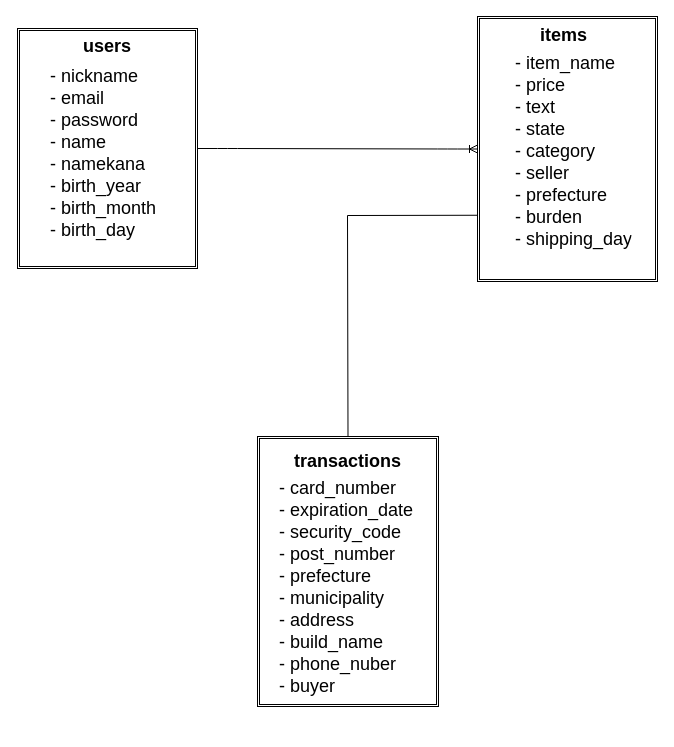
Before: furima.dio in aseat/furima-31536, a draw.io diagram. Source tidied: cells renumbered, new cells numbered last; positions are measured from the earlier drawing's top-left corner, leaving out a move shared by most shapes. Both pictures are drawn from the tidied source at 100%, with x=0, y=0 at pixel (17, 16).
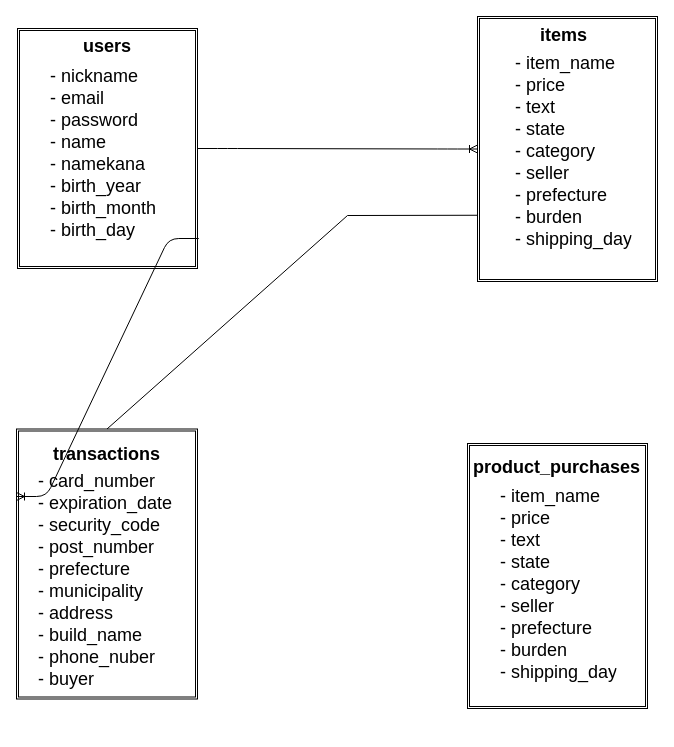
Above is the later version.

What changed in the source:
```diff
@@
 <mxGraphModel>
   <root>
     <mxCell id="0" />
     <mxCell id="1" parent="0" />
     <mxCell id="2" style="shape=ext;double=1;rounded=0;whiteSpace=wrap;html=1;" parent="1" vertex="1">
       <mxGeometry y="12" width="180" height="240" as="geometry" />
     </mxCell>
     <mxCell id="3" style="shape=ext;double=1;rounded=0;whiteSpace=wrap;html=1;" parent="1" vertex="1">
       <mxGeometry x="460" width="180" height="265" as="geometry" />
     </mxCell>
     <mxCell id="4" style="shape=ext;double=1;rounded=0;whiteSpace=wrap;html=1;" parent="1" vertex="1">
-      <mxGeometry x="240" y="420" width="181" height="270" as="geometry" />
+      <mxGeometry x="-1" y="412.5" width="181" height="270" as="geometry" />
     </mxCell>
     <mxCell id="5" value="users" style="text;strokeColor=none;fillColor=none;align=left;verticalAlign=top;spacingLeft=4;spacingRight=4;overflow=hidden;fontSize=18;fontStyle=1;" parent="1" vertex="1">
       <mxGeometry x="60" y="12" width="60" height="26" as="geometry" />
     </mxCell>
     <mxCell id="6" value="- nickname&#10;- email&#10;- password&#10;- name&#10;- namekana &#10;- birth_year&#10;- birth_month&#10;- birth_day" style="text;strokeColor=none;fillColor=none;align=left;verticalAlign=top;spacingLeft=4;spacingRight=4;overflow=hidden;fontSize=18;" parent="1" vertex="1">
       <mxGeometry x="27" y="42" width="126" height="190" as="geometry" />
     </mxCell>
     <mxCell id="7" value="- item_name&#10;- price&#10;- text&#10;- state&#10;- category &#10;- seller&#10;- prefecture&#10;- burden&#10;- shipping_day" style="text;strokeColor=none;fillColor=none;align=left;verticalAlign=top;spacingLeft=4;spacingRight=4;overflow=hidden;fontSize=18;" parent="1" vertex="1">
       <mxGeometry x="492" y="29" width="126" height="206" as="geometry" />
     </mxCell>
     <mxCell id="8" value="items" style="text;strokeColor=none;fillColor=none;align=left;verticalAlign=top;spacingLeft=4;spacingRight=4;overflow=hidden;fontSize=18;fontStyle=1;" parent="1" vertex="1">
       <mxGeometry x="517" y="1" width="60" height="26" as="geometry" />
     </mxCell>
     <mxCell id="9" value="transactions" style="text;strokeColor=none;fillColor=none;align=left;verticalAlign=top;spacingLeft=4;spacingRight=4;overflow=hidden;fontSize=18;fontStyle=1;" parent="1" vertex="1">
-      <mxGeometry x="271" y="427" width="120" height="30" as="geometry" />
+      <mxGeometry x="30" y="419.5" width="120" height="30" as="geometry" />
     </mxCell>
     <mxCell id="10" value="- card_number&#10;- expiration_date&#10;- security_code&#10;- post_number&#10;- prefecture&#10;- municipality&#10;- address&#10;- build_name&#10;- phone_nuber&#10;- buyer" style="text;strokeColor=none;fillColor=none;align=left;verticalAlign=top;spacingLeft=4;spacingRight=4;overflow=hidden;fontSize=18;" parent="1" vertex="1">
-      <mxGeometry x="256" y="454" width="149" height="260" as="geometry" />
+      <mxGeometry x="15" y="446.5" width="149" height="260" as="geometry" />
     </mxCell>
     <mxCell id="11" style="edgeStyle=entityRelationEdgeStyle;fontSize=12;html=1;endArrow=ERoneToMany;entryX=0;entryY=0.5;entryDx=0;entryDy=0;" parent="1" edge="1" source="2" target="3">
       <mxGeometry relative="1" as="geometry" />
     </mxCell>
     <mxCell id="12" style="endArrow=none;html=1;rounded=0;fontSize=18;entryX=0;entryY=0.75;entryDx=0;entryDy=0;exitX=0.5;exitY=0;exitDx=0;exitDy=0;" parent="1" edge="1" source="4" target="3">
       <mxGeometry relative="1" as="geometry">
         <Array as="points">
           <mxPoint x="330" y="199" />
         </Array>
       </mxGeometry>
     </mxCell>
+    <mxCell id="13" style="shape=ext;double=1;rounded=0;whiteSpace=wrap;html=1;" parent="1" vertex="1">
+      <mxGeometry x="450" y="427" width="180" height="265" as="geometry" />
+    </mxCell>
+    <mxCell id="14" value="- item_name&#10;- price&#10;- text&#10;- state&#10;- category &#10;- seller&#10;- prefecture&#10;- burden&#10;- shipping_day" style="text;strokeColor=none;fillColor=none;align=left;verticalAlign=top;spacingLeft=4;spacingRight=4;overflow=hidden;fontSize=18;" parent="1" vertex="1">
+      <mxGeometry x="477" y="461.5" width="126" height="206" as="geometry" />
+    </mxCell>
+    <mxCell id="15" value="product_purchases&#10;" style="text;strokeColor=none;fillColor=none;align=left;verticalAlign=top;spacingLeft=4;spacingRight=4;overflow=hidden;fontSize=18;fontStyle=1;" parent="1" vertex="1">
+      <mxGeometry x="450" y="432.5" width="190" height="26" as="geometry" />
+    </mxCell>
+    <mxCell id="16" style="edgeStyle=entityRelationEdgeStyle;fontSize=12;html=1;endArrow=ERoneToMany;entryX=0;entryY=0.25;entryDx=0;entryDy=0;exitX=1.007;exitY=0.875;exitDx=0;exitDy=0;exitPerimeter=0;" parent="1" edge="1" source="2" target="4">
+      <mxGeometry relative="1" as="geometry" />
+    </mxCell>
   </root>
 </mxGraphModel>
```
